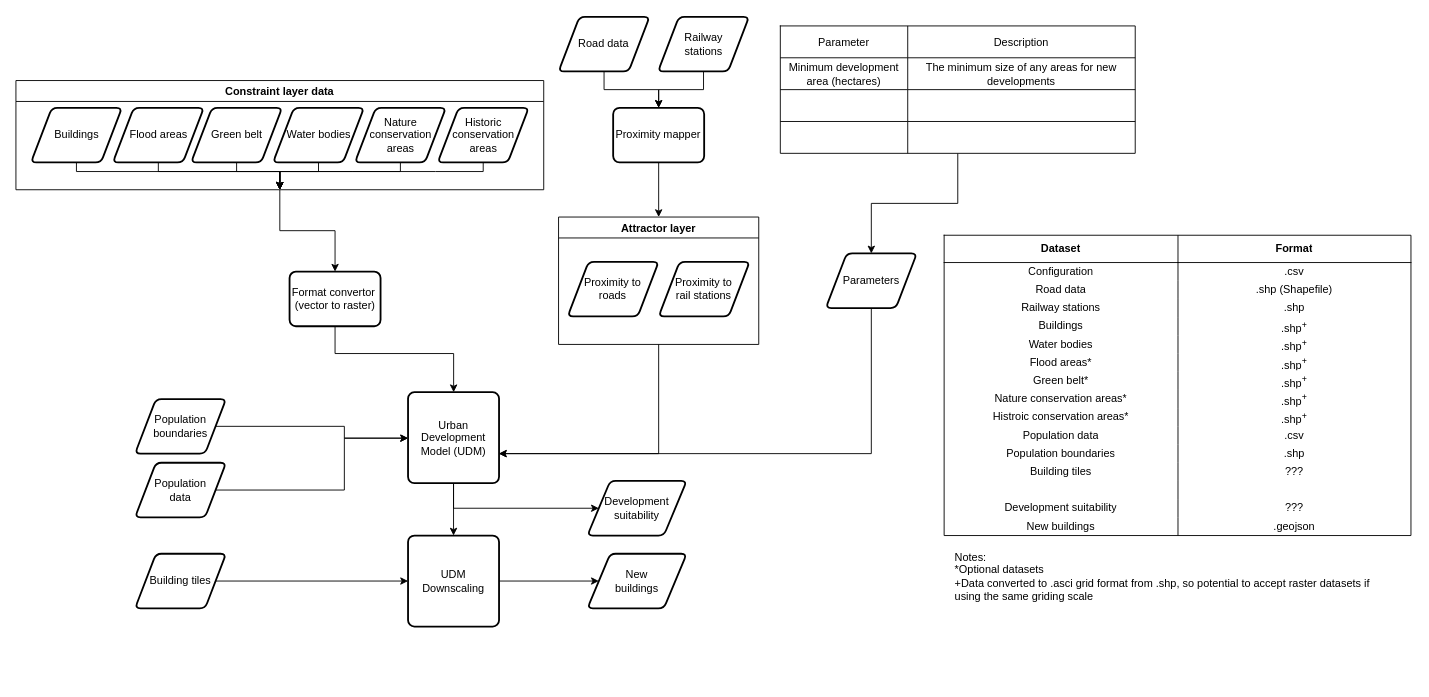
OpenCLIM/workflow-diagrams keeps this draw.io diagram as page "Page-2" (2 of 2) of udm/openclim-udm-workflow.drawio. Above is the earlier version. Source tidied: cells renumbered, new cells numbered last; positions are measured from the earlier drawing's top-left corner, leaving out a move shared by most shapes. Both pictures are drawn from the tidied source at 91%, with x=0, y=0 at pixel (15, 16).
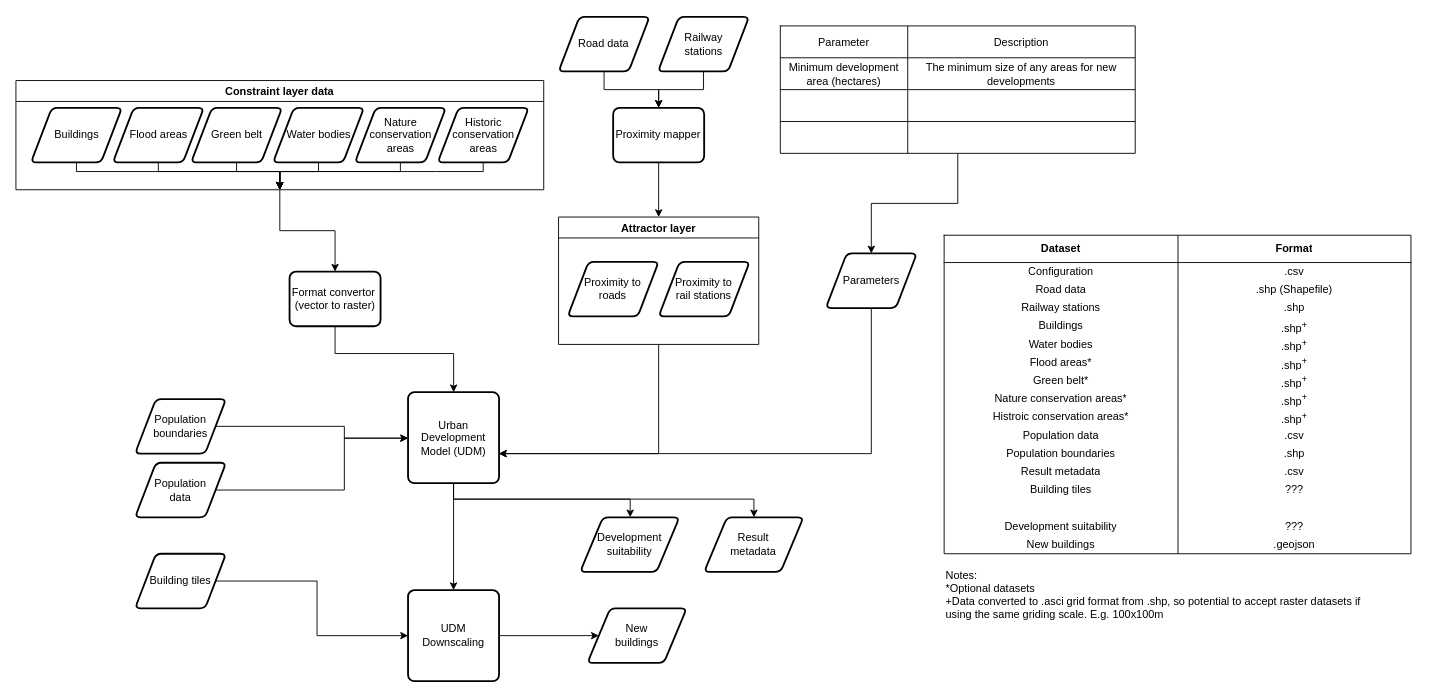
The same diagram, later.

Commit message:
updated metadata data. added results metadata as an output

Unchanged cells that the change refers to:
```xml
<mxCell id="4" value="Urban Development Model (UDM)" style="rounded=1;whiteSpace=wrap;html=1;absoluteArcSize=1;arcSize=14;strokeWidth=2;" parent="1" vertex="1">
  <mxGeometry x="430.9" y="412.5" width="100" height="100" as="geometry" />
</mxCell>
```

What changed in the source:
```diff
@@
     <mxCell id="3" style="edgeStyle=orthogonalEdgeStyle;rounded=0;jettySize=auto;html=1;" parent="1" edge="1" source="4" target="13">
       <mxGeometry relative="1" as="geometry">
         <Array as="points">
-          <mxPoint x="480.9" y="540" />
+          <mxPoint x="481" y="530" />
+          <mxPoint x="675" y="530" />
         </Array>
       </mxGeometry>
     </mxCell>
+    <mxCell id="108" style="edgeStyle=orthogonalEdgeStyle;rounded=0;jettySize=auto;html=1;" parent="1" edge="1" source="4" target="112">
+      <mxGeometry relative="1" as="geometry">
+        <Array as="points">
+          <mxPoint x="481" y="530" />
+          <mxPoint x="811" y="530" />
+        </Array>
+      </mxGeometry>
+    </mxCell>
@@
     <mxCell id="10" value="UDM Downscaling" style="rounded=1;whiteSpace=wrap;html=1;absoluteArcSize=1;arcSize=14;strokeWidth=2;" parent="1" vertex="1">
-      <mxGeometry x="430.9" y="570" width="100" height="100" as="geometry" />
+      <mxGeometry x="430.9" y="630" width="100" height="100" as="geometry" />
     </mxCell>
@@
     <mxCell id="13" value="Development suitability" style="shape=parallelogram;html=1;strokeWidth=2;perimeter=parallelogramPerimeter;whiteSpace=wrap;rounded=1;arcSize=12;size=0.23;" parent="1" vertex="1">
-      <mxGeometry x="628" y="510" width="109.1" height="60" as="geometry" />
+      <mxGeometry x="620" y="550" width="109.1" height="60" as="geometry" />
     </mxCell>
     <mxCell id="14" value="&lt;div&gt;New &lt;br&gt;&lt;/div&gt;&lt;div&gt;buildings&lt;/div&gt;" style="shape=parallelogram;html=1;strokeWidth=2;perimeter=parallelogramPerimeter;whiteSpace=wrap;rounded=1;arcSize=12;size=0.23;" parent="1" vertex="1">
-      <mxGeometry x="628" y="590" width="109.1" height="60" as="geometry" />
+      <mxGeometry x="628" y="650" width="109.1" height="60" as="geometry" />
     </mxCell>
@@
     <mxCell id="58" style="shape=table;html=1;whiteSpace=wrap;startSize=0;childLayout=tableLayout;spacingTop=0;rowLines=0;" parent="1" vertex="1">
-      <mxGeometry x="1020" y="240" width="513" height="330" as="geometry" />
+      <mxGeometry x="1020" y="240" width="513" height="350" as="geometry" />
     </mxCell>
@@
+    <mxCell id="109" style="shape=partialRectangle;html=1;whiteSpace=wrap;fillColor=none;top=0;left=0;bottom=0;right=0;strokeColor=none;" parent="58" vertex="1">
+      <mxGeometry y="250" width="513" height="20" as="geometry" />
+    </mxCell>
+    <mxCell id="110" value="Result metadata" style="shape=partialRectangle;html=1;whiteSpace=wrap;fillColor=none;top=0;left=0;bottom=0;right=0;overflow=hidden;strokeColor=none;" parent="109" vertex="1">
+      <mxGeometry width="257" height="20" as="geometry" />
+    </mxCell>
+    <mxCell id="111" value=".csv" style="shape=partialRectangle;html=1;whiteSpace=wrap;fillColor=none;top=0;left=0;bottom=0;right=0;overflow=hidden;strokeColor=none;" parent="109" vertex="1">
+      <mxGeometry x="257" width="256" height="20" as="geometry" />
+    </mxCell>
     <mxCell id="95" style="shape=partialRectangle;html=1;whiteSpace=wrap;fillColor=none;top=0;left=0;bottom=0;right=0;strokeColor=none;" parent="58" vertex="1">
-      <mxGeometry y="250" width="513" height="20" as="geometry" />
+      <mxGeometry y="270" width="513" height="20" as="geometry" />
     </mxCell>
@@
     <mxCell id="98" style="shape=partialRectangle;html=1;whiteSpace=wrap;fillColor=none;top=0;left=0;bottom=0;right=0;strokeColor=none;" parent="58" vertex="1">
-      <mxGeometry y="270" width="513" height="20" as="geometry" />
+      <mxGeometry y="290" width="513" height="20" as="geometry" />
     </mxCell>
@@
     <mxCell id="101" style="shape=partialRectangle;html=1;whiteSpace=wrap;fillColor=none;top=0;left=0;bottom=0;right=0;strokeColor=none;" parent="58" vertex="1">
-      <mxGeometry y="290" width="513" height="20" as="geometry" />
+      <mxGeometry y="310" width="513" height="20" as="geometry" />
     </mxCell>
@@
     <mxCell id="104" style="shape=partialRectangle;html=1;whiteSpace=wrap;fillColor=none;top=0;left=0;bottom=0;right=0;strokeColor=none;" parent="58" vertex="1">
-      <mxGeometry y="310" width="513" height="20" as="geometry" />
+      <mxGeometry y="330" width="513" height="20" as="geometry" />
     </mxCell>
@@
-    <mxCell id="107" value="Notes:&lt;br&gt;*Optional datasets&lt;br&gt;+Data converted to .asci grid format from .shp, so potential to accept raster datasets if using the same griding scale" style="text;html=1;strokeColor=none;fillColor=none;align=left;verticalAlign=top;whiteSpace=wrap;rounded=0;" parent="1" vertex="1">
-      <mxGeometry x="1030" y="580" width="460" height="100" as="geometry" />
+    <mxCell id="107" value="Notes:&lt;br&gt;*Optional datasets&lt;br&gt;+Data converted to .asci grid format from .shp, so potential to accept raster datasets if using the same griding scale. E.g. 100x100m" style="text;html=1;strokeColor=none;fillColor=none;align=left;verticalAlign=top;whiteSpace=wrap;rounded=0;" parent="1" vertex="1">
+      <mxGeometry x="1020" y="600" width="460" height="100" as="geometry" />
     </mxCell>
+    <mxCell id="112" value="&lt;div&gt;Result &lt;br&gt;&lt;/div&gt;&lt;div&gt;metadata&lt;/div&gt;" style="shape=parallelogram;html=1;strokeWidth=2;perimeter=parallelogramPerimeter;whiteSpace=wrap;rounded=1;arcSize=12;size=0.23;" parent="1" vertex="1">
+      <mxGeometry x="756.3" y="550" width="109.1" height="60" as="geometry" />
+    </mxCell>
```
